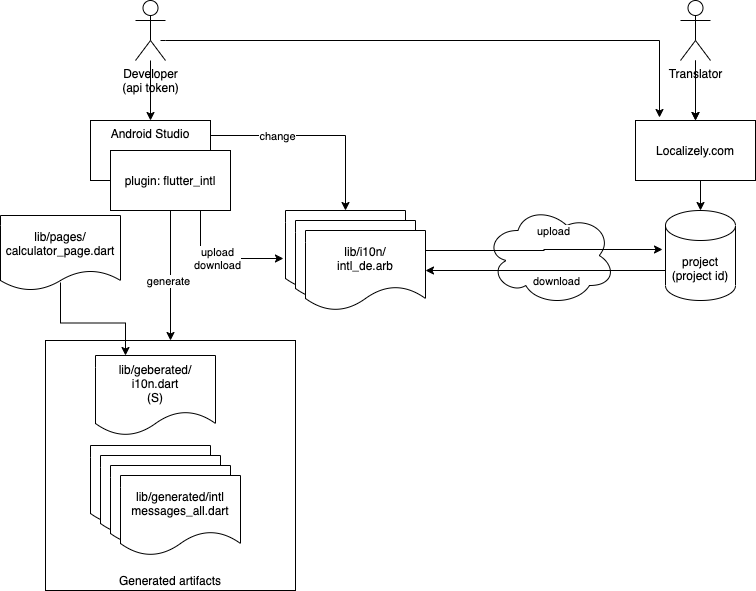
Before: diagrams/localizely-flow.png, a diagram exported from draw.io (nikkijuk/bmi-calculator-app). Source tidied: cells renumbered, new cells last; positions are measured from the earlier drawing's top-left corner, leaving out a move shared by most shapes. Source of this version:
```xml
<mxGraphModel>
  <root>
    <mxCell id="0" />
    <mxCell id="1" parent="0" />
    <mxCell id="2" value="Generated artifacts" style="whiteSpace=wrap;html=1;verticalAlign=bottom;" parent="1" vertex="1">
      <mxGeometry x="45" y="340" width="250" height="250" as="geometry" />
    </mxCell>
    <mxCell id="3" style="ellipse;shape=cloud;whiteSpace=wrap;html=1;" parent="1" vertex="1">
      <mxGeometry x="485" y="205" width="130" height="100" as="geometry" />
    </mxCell>
    <mxCell id="4" style="edgeStyle=orthogonalEdgeStyle;rounded=0;jettySize=auto;html=1;exitX=0;exitY=0;exitDx=0;exitDy=60;exitPerimeter=0;entryX=1;entryY=0.5;entryDx=0;entryDy=0;" parent="1" edge="1" source="6" target="11">
      <mxGeometry relative="1" as="geometry" />
    </mxCell>
    <mxCell id="5" value="download" style="edgeLabel;html=1;align=center;verticalAlign=middle;" parent="4" vertex="1">
      <mxGeometry x="-0.19" y="2" relative="1" as="geometry">
        <mxPoint x="-13" y="8" as="offset" />
      </mxGeometry>
    </mxCell>
    <mxCell id="6" value="project&lt;br&gt;(project id)" style="shape=cylinder3;whiteSpace=wrap;html=1;boundedLbl=1;backgroundOutline=1;size=15;" parent="1" vertex="1">
      <mxGeometry x="665" y="210" width="70" height="90" as="geometry" />
    </mxCell>
    <mxCell id="7" value="lib/i10n/&lt;br&gt;intl_fi.arb" style="shape=document;whiteSpace=wrap;html=1;boundedLbl=1;" parent="1" vertex="1">
      <mxGeometry x="285" y="210" width="120" height="80" as="geometry" />
    </mxCell>
    <mxCell id="8" value="lib/i10n/&lt;br&gt;intl_en.arb" style="shape=document;whiteSpace=wrap;html=1;boundedLbl=1;" parent="1" vertex="1">
      <mxGeometry x="295" y="220" width="120" height="80" as="geometry" />
    </mxCell>
    <mxCell id="9" style="edgeStyle=orthogonalEdgeStyle;rounded=0;jettySize=auto;html=1;exitX=1;exitY=0.25;exitDx=0;exitDy=0;" parent="1" edge="1" source="11">
      <mxGeometry relative="1" as="geometry">
        <mxPoint x="662" y="249" as="targetPoint" />
      </mxGeometry>
    </mxCell>
    <mxCell id="10" value="upload" style="edgeLabel;html=1;align=center;verticalAlign=middle;" parent="9" vertex="1">
      <mxGeometry x="-0.1" y="4" relative="1" as="geometry">
        <mxPoint x="20" y="-16" as="offset" />
      </mxGeometry>
    </mxCell>
    <mxCell id="11" value="lib/i10n/&lt;br&gt;intl_de.arb" style="shape=document;whiteSpace=wrap;html=1;boundedLbl=1;" parent="1" vertex="1">
      <mxGeometry x="305" y="230" width="120" height="80" as="geometry" />
    </mxCell>
    <mxCell id="12" style="edgeStyle=orthogonalEdgeStyle;rounded=0;jettySize=auto;html=1;" parent="1" edge="1" source="14" target="19">
      <mxGeometry relative="1" as="geometry" />
    </mxCell>
    <mxCell id="13" style="edgeStyle=orthogonalEdgeStyle;rounded=0;jettySize=auto;html=1;entryX=0.2;entryY=-0.05;entryDx=0;entryDy=0;entryPerimeter=0;" parent="1" edge="1" target="28">
      <mxGeometry relative="1" as="geometry">
        <mxPoint x="160" y="40" as="sourcePoint" />
        <Array as="points">
          <mxPoint x="165" y="40" />
          <mxPoint x="659" y="40" />
        </Array>
      </mxGeometry>
    </mxCell>
    <mxCell id="14" value="Developer&lt;br&gt;(api token)" style="shape=umlActor;verticalLabelPosition=bottom;verticalAlign=top;html=1;" parent="1" vertex="1">
      <mxGeometry x="135" width="30" height="60" as="geometry" />
    </mxCell>
    <mxCell id="15" style="edgeStyle=orthogonalEdgeStyle;rounded=0;jettySize=auto;html=1;entryX=0.5;entryY=0;entryDx=0;entryDy=0;exitX=0.5;exitY=1;exitDx=0;exitDy=0;" parent="1" edge="1" source="33" target="2">
      <mxGeometry relative="1" as="geometry" />
    </mxCell>
    <mxCell id="16" value="generate" style="edgeLabel;html=1;align=center;verticalAlign=middle;" parent="15" vertex="1">
      <mxGeometry x="0.07" y="-3" relative="1" as="geometry" />
    </mxCell>
    <mxCell id="17" style="edgeStyle=orthogonalEdgeStyle;rounded=0;jettySize=auto;html=1;exitX=1;exitY=0.25;exitDx=0;exitDy=0;entryX=0.5;entryY=0;entryDx=0;entryDy=0;" parent="1" edge="1" source="19" target="7">
      <mxGeometry relative="1" as="geometry" />
    </mxCell>
    <mxCell id="18" value="change" style="edgeLabel;html=1;align=center;verticalAlign=middle;" parent="17" vertex="1">
      <mxGeometry x="-0.37" relative="1" as="geometry" />
    </mxCell>
    <mxCell id="19" value="Android Studio" style="rounded=0;whiteSpace=wrap;html=1;verticalAlign=top;" parent="1" vertex="1">
      <mxGeometry x="90" y="120" width="120" height="60" as="geometry" />
    </mxCell>
    <mxCell id="20" value="lib/geberated/&lt;br&gt;i10n.dart&lt;br&gt;(S)" style="shape=document;whiteSpace=wrap;html=1;boundedLbl=1;" parent="1" vertex="1">
      <mxGeometry x="95" y="355" width="120" height="80" as="geometry" />
    </mxCell>
    <mxCell id="21" value="lib/generated/intl&lt;br&gt;messages_fi.dart" style="shape=document;whiteSpace=wrap;html=1;boundedLbl=1;" parent="1" vertex="1">
      <mxGeometry x="90" y="445" width="120" height="80" as="geometry" />
    </mxCell>
    <mxCell id="22" value="lib/generated/intl&lt;br&gt;messages_en.dart" style="shape=document;whiteSpace=wrap;html=1;boundedLbl=1;" parent="1" vertex="1">
      <mxGeometry x="100" y="455" width="120" height="80" as="geometry" />
    </mxCell>
    <mxCell id="23" value="lib/generated/intl&lt;br&gt;messages_de.dart" style="shape=document;whiteSpace=wrap;html=1;boundedLbl=1;" parent="1" vertex="1">
      <mxGeometry x="110" y="465" width="120" height="80" as="geometry" />
    </mxCell>
    <mxCell id="24" style="edgeStyle=orthogonalEdgeStyle;rounded=0;jettySize=auto;html=1;" parent="1" edge="1" source="26" target="28">
      <mxGeometry relative="1" as="geometry" />
    </mxCell>
    <mxCell id="25" style="edgeStyle=orthogonalEdgeStyle;rounded=0;jettySize=auto;html=1;" parent="1" edge="1" source="26" target="28">
      <mxGeometry relative="1" as="geometry" />
    </mxCell>
    <mxCell id="26" value="Translator" style="shape=umlActor;verticalLabelPosition=bottom;verticalAlign=top;html=1;" parent="1" vertex="1">
      <mxGeometry x="680" width="30" height="60" as="geometry" />
    </mxCell>
    <mxCell id="27" style="edgeStyle=orthogonalEdgeStyle;rounded=0;jettySize=auto;html=1;exitX=0.5;exitY=1;exitDx=0;exitDy=0;entryX=0.5;entryY=0;entryDx=0;entryDy=0;entryPerimeter=0;" parent="1" edge="1" source="28" target="6">
      <mxGeometry relative="1" as="geometry" />
    </mxCell>
    <mxCell id="28" value="Localizely.com" style="rounded=0;whiteSpace=wrap;html=1;" parent="1" vertex="1">
      <mxGeometry x="635" y="120" width="120" height="60" as="geometry" />
    </mxCell>
    <mxCell id="29" style="edgeStyle=orthogonalEdgeStyle;rounded=0;jettySize=auto;html=1;entryX=0.25;entryY=0;entryDx=0;entryDy=0;exitX=0.5;exitY=0.893;exitDx=0;exitDy=0;exitPerimeter=0;" parent="1" edge="1" source="30" target="20">
      <mxGeometry relative="1" as="geometry" />
    </mxCell>
    <mxCell id="30" value="lib/pages/&lt;br&gt;calculator_page.dart" style="shape=document;whiteSpace=wrap;html=1;boundedLbl=1;size=0.26666666666666666;" parent="1" vertex="1">
      <mxGeometry y="215" width="120" height="75" as="geometry" />
    </mxCell>
    <mxCell id="31" value="lib/generated/intl&lt;br&gt;messages_all.dart" style="shape=document;whiteSpace=wrap;html=1;boundedLbl=1;" parent="1" vertex="1">
      <mxGeometry x="120" y="475" width="120" height="80" as="geometry" />
    </mxCell>
    <mxCell id="32" value="upload&lt;br&gt;download" style="edgeStyle=orthogonalEdgeStyle;rounded=0;jettySize=auto;html=1;exitX=0.75;exitY=1;exitDx=0;exitDy=0;entryX=-0.017;entryY=0.6;entryDx=0;entryDy=0;entryPerimeter=0;" parent="1" edge="1" source="33" target="7">
      <mxGeometry relative="1" as="geometry" />
    </mxCell>
    <mxCell id="33" value="plugin: flutter_intl" style="rounded=0;whiteSpace=wrap;html=1;" parent="1" vertex="1">
      <mxGeometry x="110" y="150" width="120" height="60" as="geometry" />
    </mxCell>
  </root>
</mxGraphModel>
```
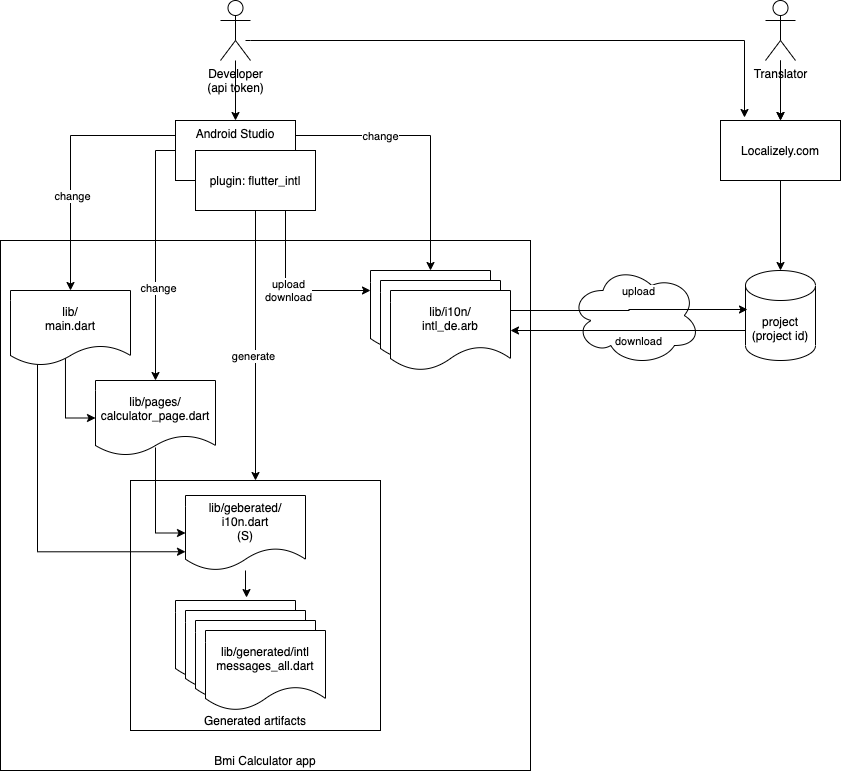
Above is the later version.

What changed in the source:
```diff
@@ -2,11 +2,14 @@
   <root>
     <mxCell id="0" />
     <mxCell id="1" parent="0" />
+    <mxCell id="34" value="Bmi Calculator app" style="whiteSpace=wrap;html=1;verticalAlign=bottom;" parent="1" vertex="1">
+      <mxGeometry x="-35" y="170" width="530" height="530" as="geometry" />
+    </mxCell>
     <mxCell id="2" value="Generated artifacts" style="whiteSpace=wrap;html=1;verticalAlign=bottom;" parent="1" vertex="1">
-      <mxGeometry x="45" y="340" width="250" height="250" as="geometry" />
+      <mxGeometry x="95" y="410" width="250" height="250" as="geometry" />
     </mxCell>
     <mxCell id="3" style="ellipse;shape=cloud;whiteSpace=wrap;html=1;" parent="1" vertex="1">
-      <mxGeometry x="485" y="205" width="130" height="100" as="geometry" />
+      <mxGeometry x="535" y="195" width="130" height="100" as="geometry" />
     </mxCell>
     <mxCell id="4" style="edgeStyle=orthogonalEdgeStyle;rounded=0;jettySize=auto;html=1;exitX=0;exitY=0;exitDx=0;exitDy=60;exitPerimeter=0;entryX=1;entryY=0.5;entryDx=0;entryDy=0;" parent="1" edge="1" source="6" target="11">
       <mxGeometry relative="1" as="geometry" />
@@ -17,17 +20,17 @@
       </mxGeometry>
     </mxCell>
     <mxCell id="6" value="project&lt;br&gt;(project id)" style="shape=cylinder3;whiteSpace=wrap;html=1;boundedLbl=1;backgroundOutline=1;size=15;" parent="1" vertex="1">
-      <mxGeometry x="665" y="210" width="70" height="90" as="geometry" />
+      <mxGeometry x="710" y="200" width="70" height="90" as="geometry" />
     </mxCell>
     <mxCell id="7" value="lib/i10n/&lt;br&gt;intl_fi.arb" style="shape=document;whiteSpace=wrap;html=1;boundedLbl=1;" parent="1" vertex="1">
-      <mxGeometry x="285" y="210" width="120" height="80" as="geometry" />
+      <mxGeometry x="335" y="200" width="120" height="80" as="geometry" />
     </mxCell>
     <mxCell id="8" value="lib/i10n/&lt;br&gt;intl_en.arb" style="shape=document;whiteSpace=wrap;html=1;boundedLbl=1;" parent="1" vertex="1">
-      <mxGeometry x="295" y="220" width="120" height="80" as="geometry" />
+      <mxGeometry x="345" y="210" width="120" height="80" as="geometry" />
     </mxCell>
     <mxCell id="9" style="edgeStyle=orthogonalEdgeStyle;rounded=0;jettySize=auto;html=1;exitX=1;exitY=0.25;exitDx=0;exitDy=0;" parent="1" edge="1" source="11">
       <mxGeometry relative="1" as="geometry">
-        <mxPoint x="662" y="249" as="targetPoint" />
+        <mxPoint x="712" y="239" as="targetPoint" />
       </mxGeometry>
     </mxCell>
     <mxCell id="10" value="upload" style="edgeLabel;html=1;align=center;verticalAlign=middle;" parent="9" vertex="1">
@@ -36,22 +39,22 @@
       </mxGeometry>
     </mxCell>
     <mxCell id="11" value="lib/i10n/&lt;br&gt;intl_de.arb" style="shape=document;whiteSpace=wrap;html=1;boundedLbl=1;" parent="1" vertex="1">
-      <mxGeometry x="305" y="230" width="120" height="80" as="geometry" />
+      <mxGeometry x="355" y="220" width="120" height="80" as="geometry" />
     </mxCell>
     <mxCell id="12" style="edgeStyle=orthogonalEdgeStyle;rounded=0;jettySize=auto;html=1;" parent="1" edge="1" source="14" target="19">
       <mxGeometry relative="1" as="geometry" />
     </mxCell>
     <mxCell id="13" style="edgeStyle=orthogonalEdgeStyle;rounded=0;jettySize=auto;html=1;entryX=0.2;entryY=-0.05;entryDx=0;entryDy=0;entryPerimeter=0;" parent="1" edge="1" target="28">
       <mxGeometry relative="1" as="geometry">
-        <mxPoint x="160" y="40" as="sourcePoint" />
+        <mxPoint x="210" y="-30" as="sourcePoint" />
         <Array as="points">
-          <mxPoint x="165" y="40" />
-          <mxPoint x="659" y="40" />
+          <mxPoint x="215" y="-30" />
+          <mxPoint x="709" y="-30" />
         </Array>
       </mxGeometry>
     </mxCell>
     <mxCell id="14" value="Developer&lt;br&gt;(api token)" style="shape=umlActor;verticalLabelPosition=bottom;verticalAlign=top;html=1;" parent="1" vertex="1">
-      <mxGeometry x="135" width="30" height="60" as="geometry" />
+      <mxGeometry x="185" y="-70" width="30" height="60" as="geometry" />
     </mxCell>
     <mxCell id="15" style="edgeStyle=orthogonalEdgeStyle;rounded=0;jettySize=auto;html=1;entryX=0.5;entryY=0;entryDx=0;entryDy=0;exitX=0.5;exitY=1;exitDx=0;exitDy=0;" parent="1" edge="1" source="33" target="2">
       <mxGeometry relative="1" as="geometry" />
@@ -65,20 +68,35 @@
     <mxCell id="18" value="change" style="edgeLabel;html=1;align=center;verticalAlign=middle;" parent="17" vertex="1">
       <mxGeometry x="-0.37" relative="1" as="geometry" />
     </mxCell>
+    <mxCell id="35" style="edgeStyle=orthogonalEdgeStyle;rounded=0;jettySize=auto;html=1;entryX=0.5;entryY=0;entryDx=0;entryDy=0;exitX=0;exitY=0.25;exitDx=0;exitDy=0;" parent="1" edge="1" source="19" target="42">
+      <mxGeometry relative="1" as="geometry" />
+    </mxCell>
+    <mxCell id="36" value="change" style="edgeLabel;html=1;align=center;verticalAlign=middle;" parent="35" vertex="1">
+      <mxGeometry x="0.27" y="1" relative="1" as="geometry" />
+    </mxCell>
+    <mxCell id="37" style="edgeStyle=orthogonalEdgeStyle;rounded=0;jettySize=auto;html=1;exitX=0;exitY=0.5;exitDx=0;exitDy=0;entryX=0.5;entryY=0;entryDx=0;entryDy=0;" parent="1" edge="1" source="19" target="30">
+      <mxGeometry relative="1" as="geometry" />
+    </mxCell>
+    <mxCell id="38" value="change" style="edgeLabel;html=1;align=center;verticalAlign=middle;" parent="37" vertex="1">
+      <mxGeometry x="0.26" y="2" relative="1" as="geometry" />
+    </mxCell>
     <mxCell id="19" value="Android Studio" style="rounded=0;whiteSpace=wrap;html=1;verticalAlign=top;" parent="1" vertex="1">
-      <mxGeometry x="90" y="120" width="120" height="60" as="geometry" />
+      <mxGeometry x="140" y="50" width="120" height="60" as="geometry" />
     </mxCell>
+    <mxCell id="39" style="edgeStyle=orthogonalEdgeStyle;rounded=0;jettySize=auto;html=1;entryX=0.592;entryY=-0.037;entryDx=0;entryDy=0;entryPerimeter=0;" parent="1" edge="1" source="20" target="21">
+      <mxGeometry relative="1" as="geometry" />
+    </mxCell>
     <mxCell id="20" value="lib/geberated/&lt;br&gt;i10n.dart&lt;br&gt;(S)" style="shape=document;whiteSpace=wrap;html=1;boundedLbl=1;" parent="1" vertex="1">
-      <mxGeometry x="95" y="355" width="120" height="80" as="geometry" />
+      <mxGeometry x="150" y="425" width="120" height="75" as="geometry" />
     </mxCell>
     <mxCell id="21" value="lib/generated/intl&lt;br&gt;messages_fi.dart" style="shape=document;whiteSpace=wrap;html=1;boundedLbl=1;" parent="1" vertex="1">
-      <mxGeometry x="90" y="445" width="120" height="80" as="geometry" />
+      <mxGeometry x="140" y="530" width="120" height="80" as="geometry" />
     </mxCell>
     <mxCell id="22" value="lib/generated/intl&lt;br&gt;messages_en.dart" style="shape=document;whiteSpace=wrap;html=1;boundedLbl=1;" parent="1" vertex="1">
-      <mxGeometry x="100" y="455" width="120" height="80" as="geometry" />
+      <mxGeometry x="150" y="540" width="120" height="80" as="geometry" />
     </mxCell>
     <mxCell id="23" value="lib/generated/intl&lt;br&gt;messages_de.dart" style="shape=document;whiteSpace=wrap;html=1;boundedLbl=1;" parent="1" vertex="1">
-      <mxGeometry x="110" y="465" width="120" height="80" as="geometry" />
+      <mxGeometry x="160" y="550" width="120" height="80" as="geometry" />
     </mxCell>
     <mxCell id="24" style="edgeStyle=orthogonalEdgeStyle;rounded=0;jettySize=auto;html=1;" parent="1" edge="1" source="26" target="28">
       <mxGeometry relative="1" as="geometry" />
@@ -87,28 +105,37 @@
       <mxGeometry relative="1" as="geometry" />
     </mxCell>
     <mxCell id="26" value="Translator" style="shape=umlActor;verticalLabelPosition=bottom;verticalAlign=top;html=1;" parent="1" vertex="1">
-      <mxGeometry x="680" width="30" height="60" as="geometry" />
+      <mxGeometry x="730" y="-70" width="30" height="60" as="geometry" />
     </mxCell>
     <mxCell id="27" style="edgeStyle=orthogonalEdgeStyle;rounded=0;jettySize=auto;html=1;exitX=0.5;exitY=1;exitDx=0;exitDy=0;entryX=0.5;entryY=0;entryDx=0;entryDy=0;entryPerimeter=0;" parent="1" edge="1" source="28" target="6">
       <mxGeometry relative="1" as="geometry" />
     </mxCell>
     <mxCell id="28" value="Localizely.com" style="rounded=0;whiteSpace=wrap;html=1;" parent="1" vertex="1">
-      <mxGeometry x="635" y="120" width="120" height="60" as="geometry" />
+      <mxGeometry x="685" y="50" width="120" height="60" as="geometry" />
     </mxCell>
-    <mxCell id="29" style="edgeStyle=orthogonalEdgeStyle;rounded=0;jettySize=auto;html=1;entryX=0.25;entryY=0;entryDx=0;entryDy=0;exitX=0.5;exitY=0.893;exitDx=0;exitDy=0;exitPerimeter=0;" parent="1" edge="1" source="30" target="20">
+    <mxCell id="29" style="edgeStyle=orthogonalEdgeStyle;rounded=0;jettySize=auto;html=1;entryX=0;entryY=0.5;entryDx=0;entryDy=0;exitX=0.5;exitY=0.893;exitDx=0;exitDy=0;exitPerimeter=0;" parent="1" edge="1" source="30" target="20">
       <mxGeometry relative="1" as="geometry" />
     </mxCell>
     <mxCell id="30" value="lib/pages/&lt;br&gt;calculator_page.dart" style="shape=document;whiteSpace=wrap;html=1;boundedLbl=1;size=0.26666666666666666;" parent="1" vertex="1">
-      <mxGeometry y="215" width="120" height="75" as="geometry" />
+      <mxGeometry x="60" y="310" width="120" height="75" as="geometry" />
     </mxCell>
     <mxCell id="31" value="lib/generated/intl&lt;br&gt;messages_all.dart" style="shape=document;whiteSpace=wrap;html=1;boundedLbl=1;" parent="1" vertex="1">
-      <mxGeometry x="120" y="475" width="120" height="80" as="geometry" />
+      <mxGeometry x="170" y="560" width="120" height="80" as="geometry" />
     </mxCell>
-    <mxCell id="32" value="upload&lt;br&gt;download" style="edgeStyle=orthogonalEdgeStyle;rounded=0;jettySize=auto;html=1;exitX=0.75;exitY=1;exitDx=0;exitDy=0;entryX=-0.017;entryY=0.6;entryDx=0;entryDy=0;entryPerimeter=0;" parent="1" edge="1" source="33" target="7">
+    <mxCell id="32" value="upload&lt;br&gt;download" style="edgeStyle=orthogonalEdgeStyle;rounded=0;jettySize=auto;html=1;exitX=0.75;exitY=1;exitDx=0;exitDy=0;entryX=0;entryY=0.25;entryDx=0;entryDy=0;" parent="1" edge="1" source="33" target="7">
       <mxGeometry relative="1" as="geometry" />
     </mxCell>
     <mxCell id="33" value="plugin: flutter_intl" style="rounded=0;whiteSpace=wrap;html=1;" parent="1" vertex="1">
-      <mxGeometry x="110" y="150" width="120" height="60" as="geometry" />
+      <mxGeometry x="160" y="80" width="120" height="60" as="geometry" />
     </mxCell>
+    <mxCell id="40" style="edgeStyle=orthogonalEdgeStyle;rounded=0;jettySize=auto;html=1;entryX=0;entryY=0.5;entryDx=0;entryDy=0;exitX=0.458;exitY=0.88;exitDx=0;exitDy=0;exitPerimeter=0;" parent="1" edge="1" source="42" target="30">
+      <mxGeometry relative="1" as="geometry" />
+    </mxCell>
+    <mxCell id="41" style="edgeStyle=orthogonalEdgeStyle;rounded=0;jettySize=auto;html=1;entryX=0;entryY=0.75;entryDx=0;entryDy=0;exitX=0.225;exitY=0.987;exitDx=0;exitDy=0;exitPerimeter=0;" parent="1" edge="1" source="42" target="20">
+      <mxGeometry relative="1" as="geometry" />
+    </mxCell>
+    <mxCell id="42" value="lib/&lt;br&gt;main.dart" style="shape=document;whiteSpace=wrap;html=1;boundedLbl=1;size=0.26666666666666666;" parent="1" vertex="1">
+      <mxGeometry x="-25" y="220" width="120" height="75" as="geometry" />
+    </mxCell>
   </root>
 </mxGraphModel>
```
